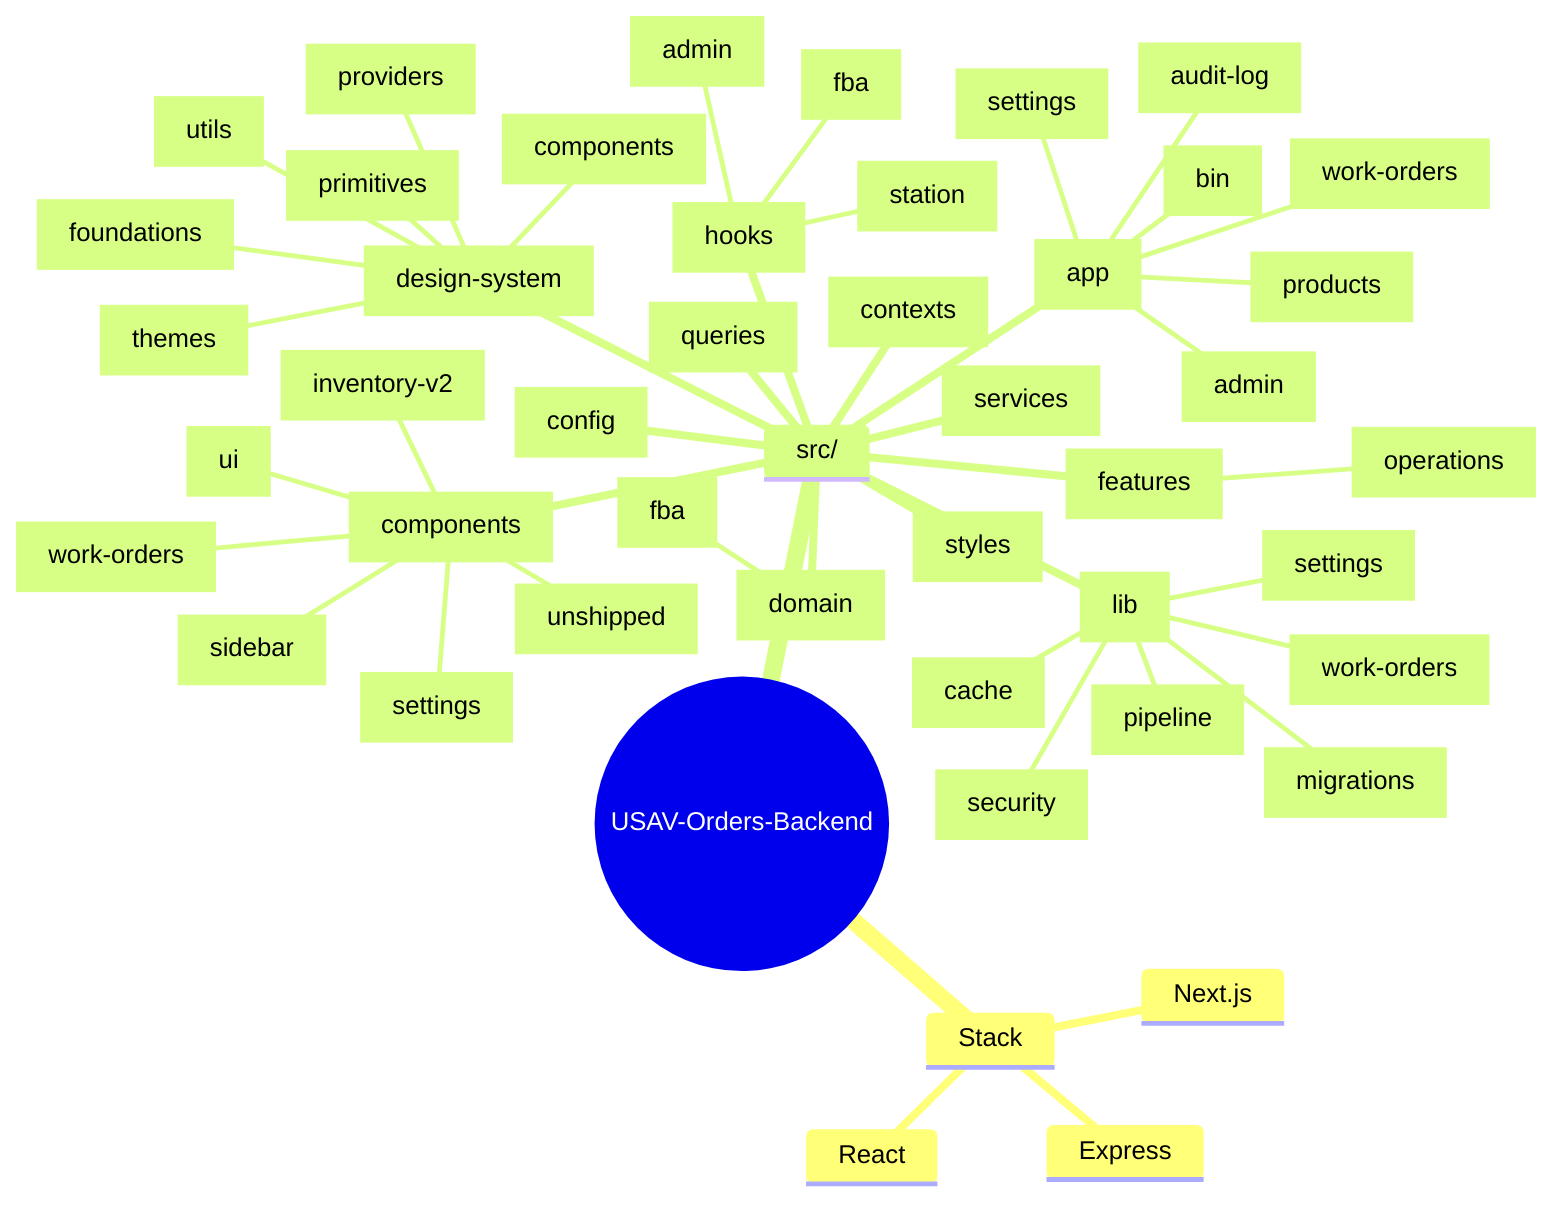
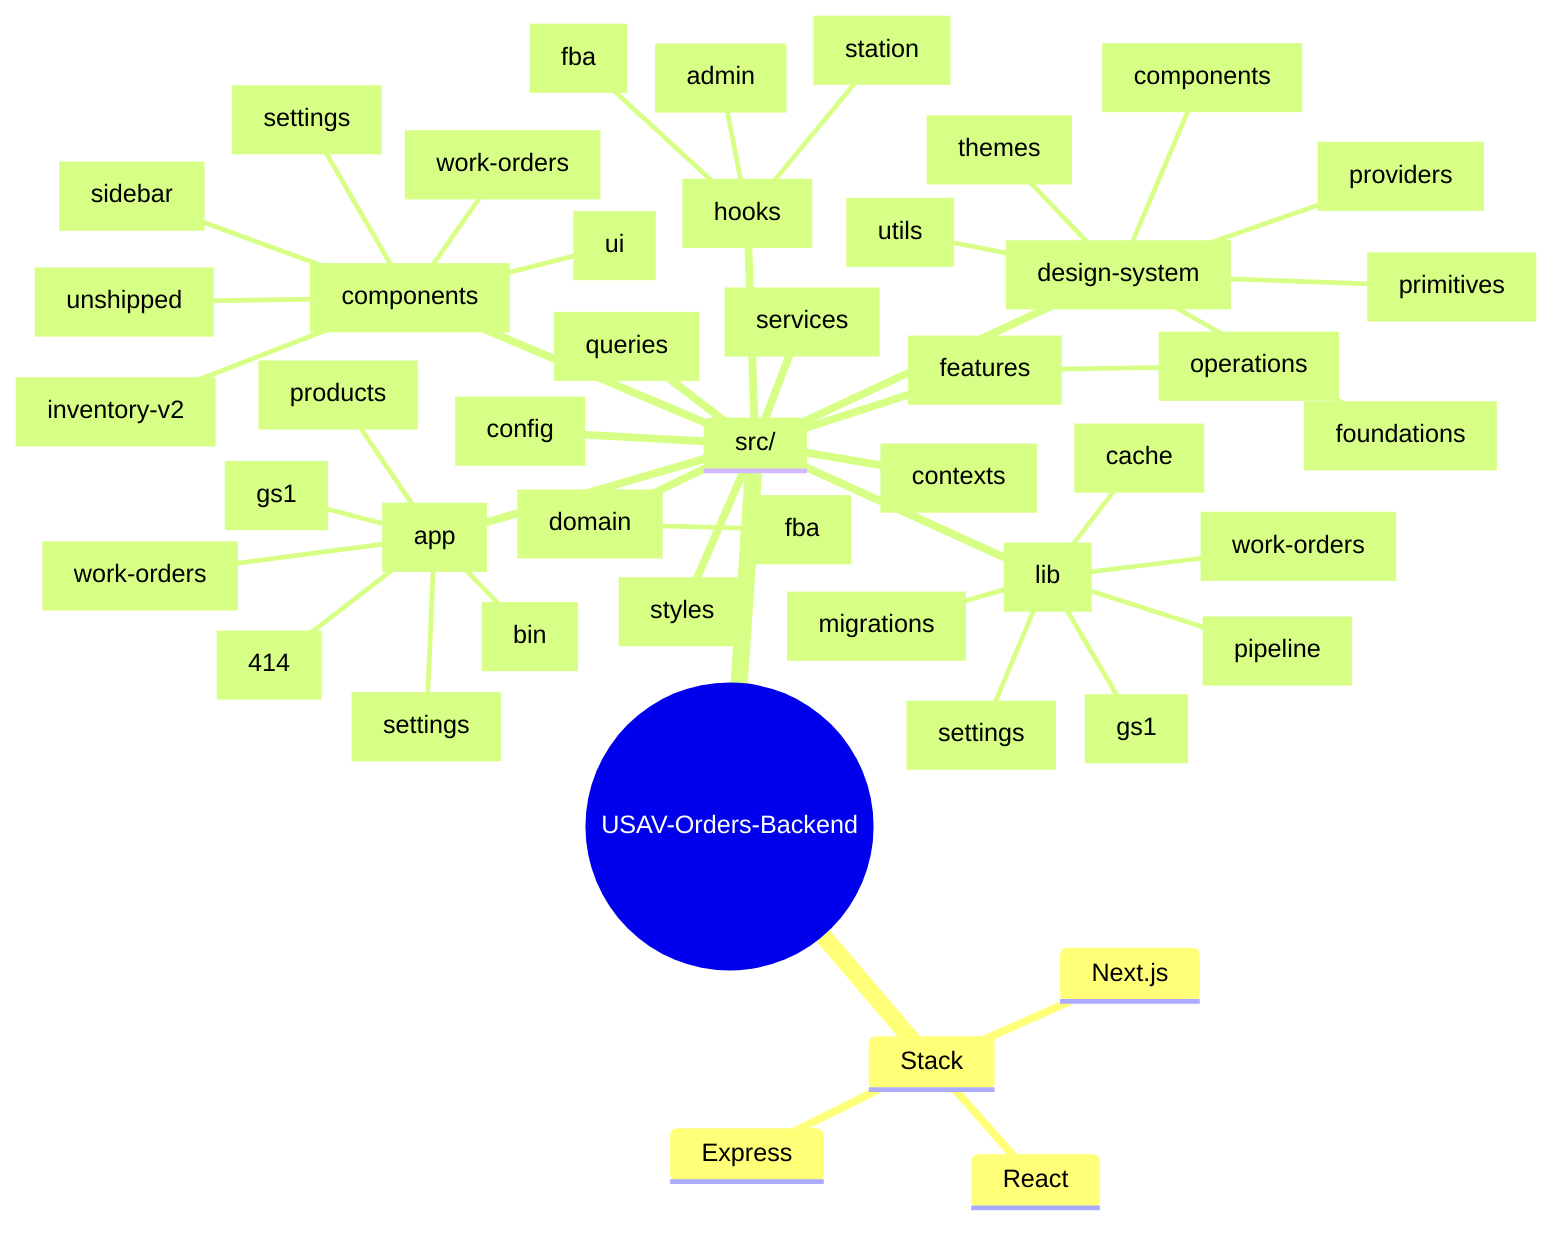
mindmap
  root((USAV-Orders-Backend))
    Stack
      Next.js
      Express
      React
    src/
      app[app]
-         admin_app[admin]
-         audit_log_app[audit-log]
+         414_app[414]
        bin_app[bin]
+         gs1_app[gs1]
        products_app[products]
        settings_app[settings]
        work_orders_app[work-orders]
      components[components]
        inventory_v2_components[inventory-v2]
        settings_components[settings]
        sidebar_components[sidebar]
        ui_components[ui]
        unshipped_components[unshipped]
        work_orders_components[work-orders]
      config[config]
      contexts[contexts]
      design_system[design-system]
        components_design_system[components]
        foundations_design_system[foundations]
        primitives_design_system[primitives]
        providers_design_system[providers]
        themes_design_system[themes]
        utils_design_system[utils]
      domain[domain]
        fba_domain[fba]
      features[features]
        operations_features[operations]
      hooks[hooks]
        admin_hooks[admin]
        fba_hooks[fba]
        station_hooks[station]
      lib[lib]
        cache_lib[cache]
+         gs1_lib[gs1]
        migrations_lib[migrations]
        pipeline_lib[pipeline]
-         security_lib[security]
        settings_lib[settings]
        work_orders_lib[work-orders]
      queries[queries]
      services[services]
      styles[styles]